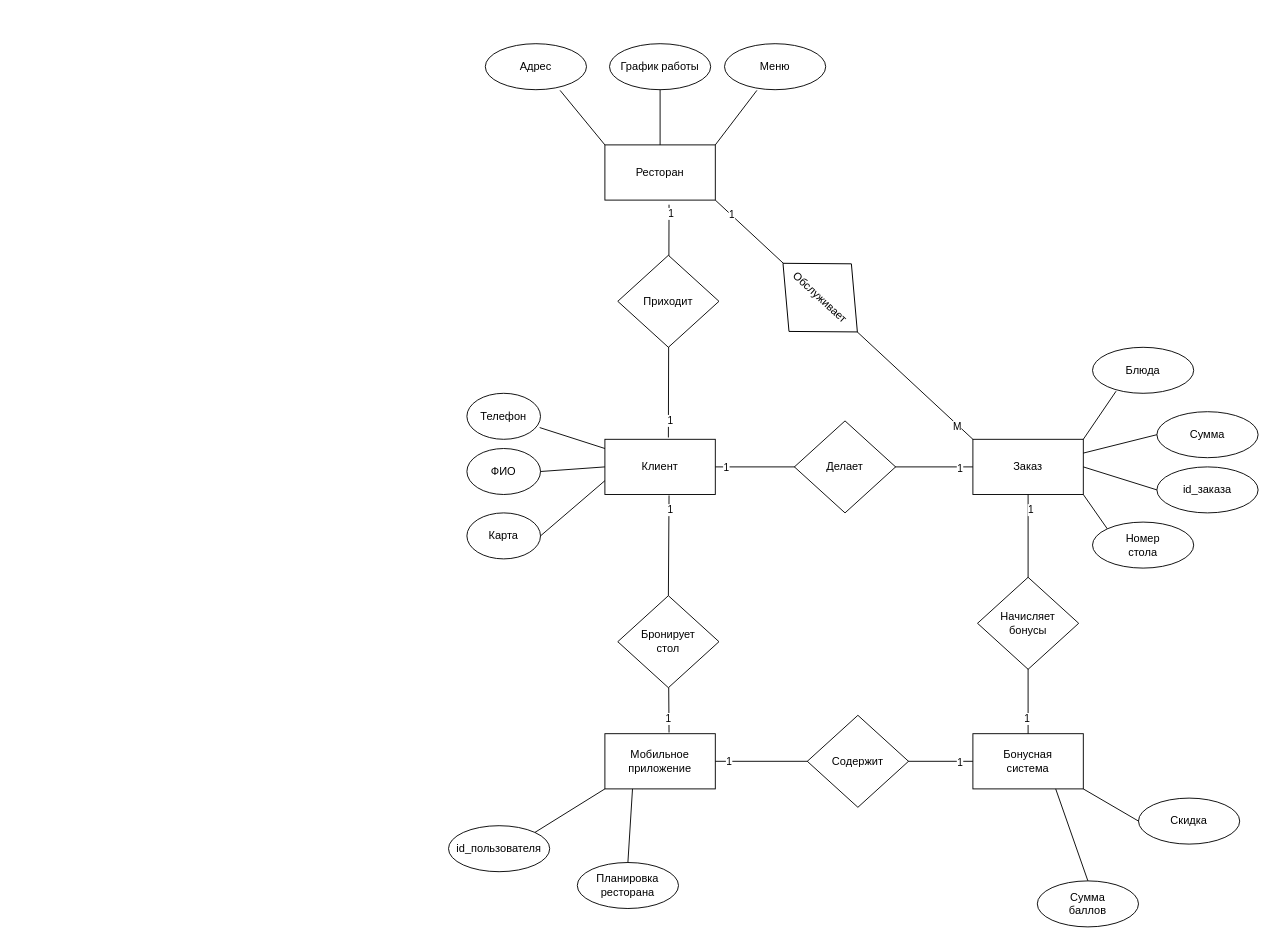
This is Концептуальная диаграмма.drawio from Crecker24/kursach, a draw.io file, before an edit. Source tidied: cells renumbered, new cells numbered last; positions are measured from the earlier drawing's top-left corner, leaving out a move shared by most shapes. Both pictures are drawn from the tidied source at 92%, with x=0, y=0 at pixel (448, 43).
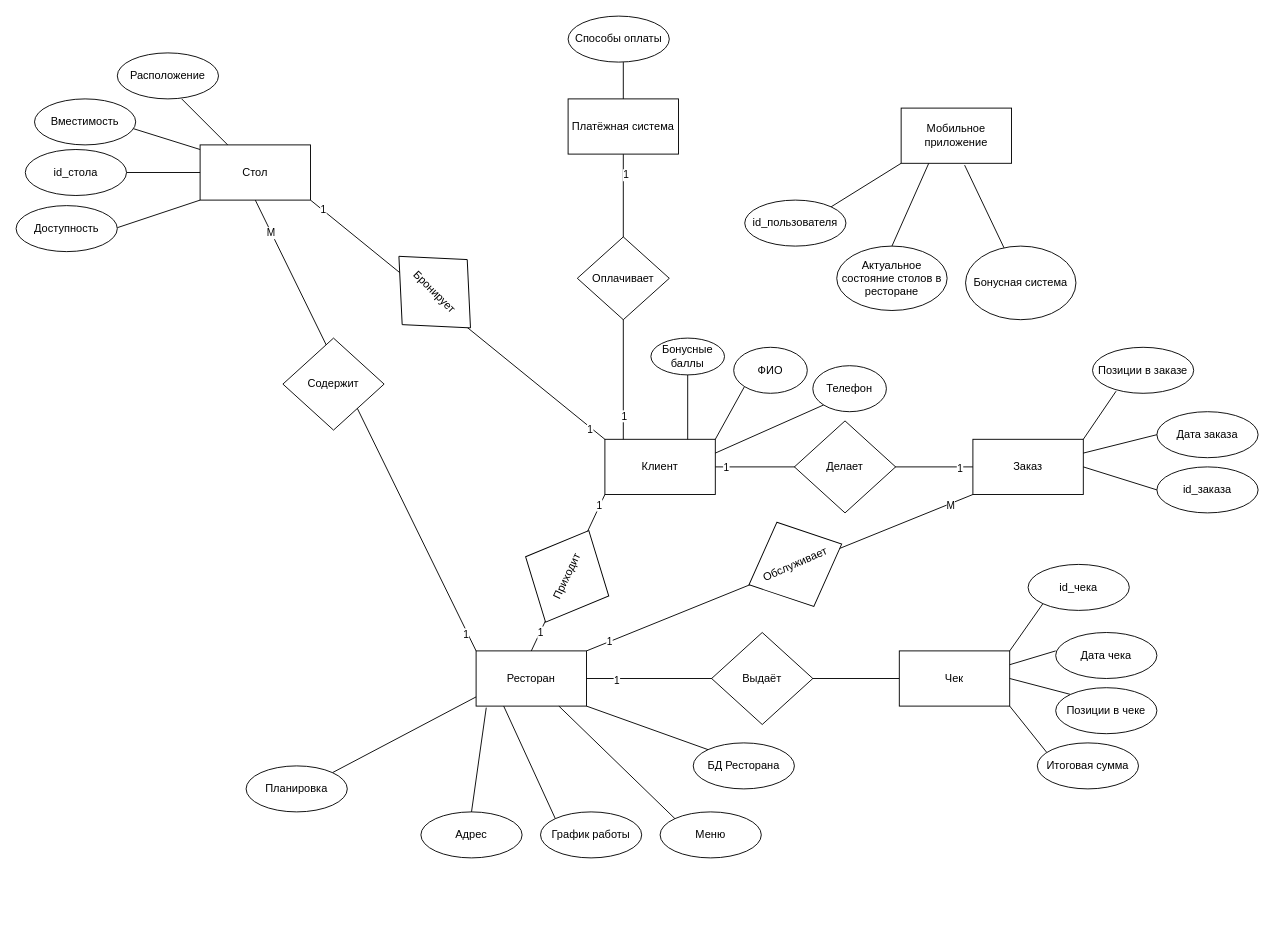
The same diagram, later.

The change refers to these unchanged cells:
```xml
<mxCell id="3" value="Клиент" style="rounded=0;whiteSpace=wrap;html=1;" parent="1" vertex="1">
  <mxGeometry x="170" y="430" width="120" height="60" as="geometry" />
</mxCell>
<mxCell id="5" value="Заказ" style="rounded=0;whiteSpace=wrap;html=1;" parent="1" vertex="1">
  <mxGeometry x="570" y="430" width="120" height="60" as="geometry" />
</mxCell>
```

Diff of the diagram source:
```diff
@@
     <mxCell id="2" value="Мобильное приложение" style="rounded=0;whiteSpace=wrap;html=1;" parent="1" vertex="1">
-      <mxGeometry x="170" y="750" width="120" height="60" as="geometry" />
+      <mxGeometry x="492" y="70" width="120" height="60" as="geometry" />
     </mxCell>
@@
     <mxCell id="4" value="Ресторан" style="rounded=0;whiteSpace=wrap;html=1;" parent="1" vertex="1">
-      <mxGeometry x="170" y="110" width="120" height="60" as="geometry" />
+      <mxGeometry x="30" y="660" width="120" height="60" as="geometry" />
     </mxCell>
@@
-    <mxCell id="6" value="Бонусная&lt;div&gt;система&lt;/div&gt;" style="rounded=0;whiteSpace=wrap;html=1;" parent="1" vertex="1">
-      <mxGeometry x="570" y="750" width="120" height="60" as="geometry" />
-    </mxCell>
-    <mxCell id="7" style="endArrow=none;html=1;rounded=0;entryX=0.581;entryY=-0.022;entryDx=0;entryDy=0;entryPerimeter=0;" parent="1" edge="1" source="11" target="2">
-      <mxGeometry relative="1" as="geometry" />
-    </mxCell>
-    <mxCell id="8" value="1" style="edgeLabel;html=1;align=center;verticalAlign=middle;" parent="7" vertex="1">
-      <mxGeometry x="0.37" y="-1" relative="1" as="geometry" />
-    </mxCell>
-    <mxCell id="9" style="endArrow=none;html=1;rounded=0;exitX=0.581;exitY=1.017;exitDx=0;exitDy=0;entryX=0.5;entryY=0;entryDx=0;entryDy=0;exitPerimeter=0;" parent="1" edge="1" source="3" target="11">
+    <mxCell id="9" style="endArrow=none;html=1;rounded=0;exitX=0;exitY=0;exitDx=0;exitDy=0;entryX=1;entryY=1;entryDx=0;entryDy=0;" parent="1" edge="1" source="3" target="72">
       <mxGeometry relative="1" as="geometry" />
     </mxCell>
-    <mxCell id="10" value="1" style="edgeLabel;html=1;align=center;verticalAlign=middle;" parent="9" vertex="1">
-      <mxGeometry x="-0.73" y="1" relative="1" as="geometry" />
-    </mxCell>
+    <mxCell id="60" value="1" style="edgeLabel;html=1;align=center;verticalAlign=middle;" parent="9" vertex="1">
+      <mxGeometry x="-0.91" y="2" relative="1" as="geometry" />
+    </mxCell>
+    <mxCell id="61" value="1" style="edgeLabel;html=1;align=center;verticalAlign=middle;" parent="9" vertex="1">
+      <mxGeometry x="0.92" y="-1" relative="1" as="geometry" />
+    </mxCell>
-    <mxCell id="11" value="Бронирует&lt;div&gt;стол&lt;/div&gt;" style="rhombus;whiteSpace=wrap;html=1;rotation=0;" parent="1" vertex="1">
-      <mxGeometry x="184" y="600" width="110" height="100" as="geometry" />
+    <mxCell id="11" value="Бронирует" style="rhombus;whiteSpace=wrap;html=1;rotation=45;" parent="1" vertex="1">
+      <mxGeometry x="-70" y="220" width="110" height="100" as="geometry" />
     </mxCell>
-    <mxCell id="12" style="endArrow=none;html=1;rounded=0;entryX=0.575;entryY=-0.033;entryDx=0;entryDy=0;entryPerimeter=0;exitX=0.581;exitY=1.083;exitDx=0;exitDy=0;exitPerimeter=0;" parent="1" edge="1" source="4" target="3">
+    <mxCell id="12" style="endArrow=none;html=1;rounded=0;entryX=0;entryY=1;entryDx=0;entryDy=0;exitX=0.5;exitY=0;exitDx=0;exitDy=0;" parent="1" edge="1" source="4" target="3">
       <mxGeometry relative="1" as="geometry" />
     </mxCell>
@@
     <mxCell id="14" value="1" style="edgeLabel;html=1;align=center;verticalAlign=middle;" parent="12" vertex="1">
-      <mxGeometry x="-0.92" y="2" relative="1" as="geometry" />
+      <mxGeometry x="-0.92" y="2" relative="1" as="geometry">
+        <mxPoint x="8" y="-12" as="offset" />
+      </mxGeometry>
     </mxCell>
-    <mxCell id="15" value="Приходит" style="rhombus;whiteSpace=wrap;html=1;rotation=0;" parent="1" vertex="1">
-      <mxGeometry x="184" y="230" width="110" height="100" as="geometry" />
+    <mxCell id="15" value="Приходит" style="rhombus;whiteSpace=wrap;html=1;rotation=-64.7;" parent="1" vertex="1">
+      <mxGeometry x="74" y="529" width="110" height="100" as="geometry" />
     </mxCell>
@@
-    <mxCell id="20" style="endArrow=none;html=1;rounded=0;entryX=0;entryY=0;entryDx=0;entryDy=0;exitX=1;exitY=1;exitDx=0;exitDy=0;" parent="1" edge="1" source="4" target="5">
+    <mxCell id="20" style="endArrow=none;html=1;rounded=0;entryX=0;entryY=1;entryDx=0;entryDy=0;exitX=1;exitY=0;exitDx=0;exitDy=0;" parent="1" edge="1" source="4" target="5">
       <mxGeometry relative="1" as="geometry" />
     </mxCell>
@@
-    <mxCell id="23" style="endArrow=none;html=1;rounded=0;entryX=0;entryY=0.5;entryDx=0;entryDy=0;" parent="1" edge="1" target="6">
-      <mxGeometry relative="1" as="geometry">
-        <mxPoint x="290" y="780" as="sourcePoint" />
-      </mxGeometry>
-    </mxCell>
-    <mxCell id="24" value="1" style="edgeLabel;html=1;align=center;verticalAlign=middle;" parent="23" vertex="1">
-      <mxGeometry x="-0.9" relative="1" as="geometry" />
-    </mxCell>
-    <mxCell id="25" value="1" style="edgeLabel;html=1;align=center;verticalAlign=middle;" parent="23" vertex="1">
-      <mxGeometry x="0.89" y="-1" relative="1" as="geometry" />
-    </mxCell>
-    <mxCell id="26" value="Содержит" style="rhombus;whiteSpace=wrap;html=1;rotation=0;" parent="1" vertex="1">
-      <mxGeometry x="390" y="730" width="110" height="100" as="geometry" />
-    </mxCell>
-    <mxCell id="27" style="endArrow=none;html=1;rounded=0;exitX=0.5;exitY=0;exitDx=0;exitDy=0;" parent="1" edge="1" source="6">
-      <mxGeometry relative="1" as="geometry">
-        <mxPoint x="630" y="490" as="targetPoint" />
-      </mxGeometry>
-    </mxCell>
-    <mxCell id="28" value="1" style="edgeLabel;html=1;align=center;verticalAlign=middle;" parent="27" vertex="1">
-      <mxGeometry x="0.88" y="-2" relative="1" as="geometry" />
-    </mxCell>
-    <mxCell id="29" value="1" style="edgeLabel;html=1;align=center;verticalAlign=middle;" parent="27" vertex="1">
-      <mxGeometry x="-0.87" y="2" relative="1" as="geometry" />
-    </mxCell>
-    <mxCell id="30" value="Начисляет&lt;div&gt;бонусы&lt;/div&gt;" style="rhombus;whiteSpace=wrap;html=1;rotation=0;" parent="1" vertex="1">
-      <mxGeometry x="575" y="580" width="110" height="100" as="geometry" />
-    </mxCell>
-    <mxCell id="31" value="Обслуживает" style="rhombus;whiteSpace=wrap;html=1;rotation=42.7;" parent="1" vertex="1">
-      <mxGeometry x="349" y="226" width="110" height="100" as="geometry" />
+    <mxCell id="31" value="Обслуживает" style="rhombus;whiteSpace=wrap;html=1;rotation=-23.7;" parent="1" vertex="1">
+      <mxGeometry x="322" y="516" width="110" height="100" as="geometry" />
     </mxCell>
     <mxCell id="32" value="ФИО" style="ellipse;whiteSpace=wrap;html=1;" parent="1" vertex="1">
-      <mxGeometry x="20" y="440" width="80" height="50" as="geometry" />
+      <mxGeometry x="310" y="330" width="80" height="50" as="geometry" />
     </mxCell>
     <mxCell id="33" value="Телефон" style="ellipse;whiteSpace=wrap;html=1;" parent="1" vertex="1">
-      <mxGeometry x="20" y="380" width="80" height="50" as="geometry" />
+      <mxGeometry x="396" y="350" width="80" height="50" as="geometry" />
     </mxCell>
-    <mxCell id="34" value="Карта" style="ellipse;whiteSpace=wrap;html=1;" parent="1" vertex="1">
-      <mxGeometry x="20" y="510" width="80" height="50" as="geometry" />
+    <mxCell id="34" value="Бонусные баллы" style="ellipse;whiteSpace=wrap;html=1;" parent="1" vertex="1">
+      <mxGeometry x="220" y="320" width="80" height="40" as="geometry" />
     </mxCell>
-    <mxCell id="35" style="endArrow=none;html=1;rounded=0;exitX=0.989;exitY=0.745;exitDx=0;exitDy=0;exitPerimeter=0;" parent="1" edge="1" source="33">
-      <mxGeometry relative="1" as="geometry">
-        <mxPoint x="170" y="440" as="targetPoint" />
-      </mxGeometry>
+    <mxCell id="35" style="endArrow=none;html=1;rounded=0;exitX=0;exitY=1;exitDx=0;exitDy=0;entryX=1;entryY=0.25;entryDx=0;entryDy=0;" parent="1" edge="1" source="33" target="3">
+      <mxGeometry relative="1" as="geometry" />
     </mxCell>
-    <mxCell id="36" style="endArrow=none;html=1;rounded=0;exitX=1;exitY=0.5;exitDx=0;exitDy=0;entryX=0;entryY=0.5;entryDx=0;entryDy=0;" parent="1" edge="1" source="32" target="3">
+    <mxCell id="36" style="endArrow=none;html=1;rounded=0;exitX=0;exitY=1;exitDx=0;exitDy=0;entryX=1;entryY=0;entryDx=0;entryDy=0;" parent="1" edge="1" source="32" target="3">
       <mxGeometry relative="1" as="geometry" />
     </mxCell>
-    <mxCell id="37" style="endArrow=none;html=1;rounded=0;exitX=1;exitY=0.5;exitDx=0;exitDy=0;entryX=0;entryY=0.75;entryDx=0;entryDy=0;" parent="1" edge="1" source="34" target="3">
+    <mxCell id="37" style="endArrow=none;html=1;rounded=0;exitX=0.5;exitY=1;exitDx=0;exitDy=0;entryX=0.75;entryY=0;entryDx=0;entryDy=0;" parent="1" edge="1" source="34" target="3">
       <mxGeometry relative="1" as="geometry" />
     </mxCell>
     <mxCell id="38" value="id_пользователя" style="ellipse;whiteSpace=wrap;html=1;" parent="1" vertex="1">
-      <mxGeometry y="850" width="110" height="50" as="geometry" />
+      <mxGeometry x="322" y="170" width="110" height="50" as="geometry" />
     </mxCell>
-    <mxCell id="39" value="Планировка&lt;div&gt;ресторана&lt;/div&gt;" style="ellipse;whiteSpace=wrap;html=1;" parent="1" vertex="1">
-      <mxGeometry x="140" y="890" width="110" height="50" as="geometry" />
-    </mxCell>
@@
-    <mxCell id="41" style="endArrow=none;html=1;rounded=0;exitX=0.5;exitY=0;exitDx=0;exitDy=0;entryX=0.25;entryY=1;entryDx=0;entryDy=0;" parent="1" edge="1" source="39" target="2">
-      <mxGeometry relative="1" as="geometry" />
-    </mxCell>
-    <mxCell id="42" value="Сумма&lt;div&gt;баллов&lt;/div&gt;" style="ellipse;whiteSpace=wrap;html=1;" parent="1" vertex="1">
-      <mxGeometry x="640" y="910" width="110" height="50" as="geometry" />
-    </mxCell>
-    <mxCell id="43" value="Скидка" style="ellipse;whiteSpace=wrap;html=1;" parent="1" vertex="1">
-      <mxGeometry x="750" y="820" width="110" height="50" as="geometry" />
-    </mxCell>
-    <mxCell id="44" style="endArrow=none;html=1;rounded=0;exitX=0.5;exitY=0;exitDx=0;exitDy=0;entryX=0.75;entryY=1;entryDx=0;entryDy=0;" parent="1" edge="1" source="42" target="6">
-      <mxGeometry relative="1" as="geometry" />
-    </mxCell>
-    <mxCell id="45" style="endArrow=none;html=1;rounded=0;exitX=0;exitY=0.5;exitDx=0;exitDy=0;entryX=1;entryY=1;entryDx=0;entryDy=0;" parent="1" edge="1" source="43" target="6">
-      <mxGeometry relative="1" as="geometry" />
-    </mxCell>
-    <mxCell id="46" value="Блюда" style="ellipse;whiteSpace=wrap;html=1;" parent="1" vertex="1">
+    <mxCell id="46" value="Позиции в заказе" style="ellipse;whiteSpace=wrap;html=1;" parent="1" vertex="1">
       <mxGeometry x="700" y="330" width="110" height="50" as="geometry" />
     </mxCell>
-    <mxCell id="47" value="Сумма" style="ellipse;whiteSpace=wrap;html=1;" parent="1" vertex="1">
+    <mxCell id="47" value="Дата заказа" style="ellipse;whiteSpace=wrap;html=1;" parent="1" vertex="1">
       <mxGeometry x="770" y="400" width="110" height="50" as="geometry" />
     </mxCell>
@@
-    <mxCell id="49" value="Номер&lt;div&gt;стола&lt;/div&gt;" style="ellipse;whiteSpace=wrap;html=1;" parent="1" vertex="1">
-      <mxGeometry x="700" y="520" width="110" height="50" as="geometry" />
-    </mxCell>
@@
-    <mxCell id="53" style="endArrow=none;html=1;rounded=0;entryX=0;entryY=0;entryDx=0;entryDy=0;exitX=1;exitY=1;exitDx=0;exitDy=0;" parent="1" edge="1" source="5" target="49">
-      <mxGeometry relative="1" as="geometry" />
-    </mxCell>
     <mxCell id="54" value="Адрес" style="ellipse;whiteSpace=wrap;html=1;" parent="1" vertex="1">
-      <mxGeometry x="40" width="110" height="50" as="geometry" />
+      <mxGeometry x="-30" y="835" width="110" height="50" as="geometry" />
     </mxCell>
     <mxCell id="55" value="График работы" style="ellipse;whiteSpace=wrap;html=1;" parent="1" vertex="1">
-      <mxGeometry x="175" width="110" height="50" as="geometry" />
+      <mxGeometry x="100" y="835" width="110" height="50" as="geometry" />
     </mxCell>
     <mxCell id="56" value="Меню" style="ellipse;whiteSpace=wrap;html=1;" parent="1" vertex="1">
-      <mxGeometry x="300" width="110" height="50" as="geometry" />
+      <mxGeometry x="230" y="835" width="110" height="50" as="geometry" />
     </mxCell>
-    <mxCell id="57" style="endArrow=none;html=1;rounded=0;entryX=0.32;entryY=1.015;entryDx=0;entryDy=0;entryPerimeter=0;" parent="1" edge="1" target="56">
-      <mxGeometry relative="1" as="geometry">
-        <mxPoint x="290" y="110" as="sourcePoint" />
-      </mxGeometry>
+    <mxCell id="57" style="endArrow=none;html=1;rounded=0;entryX=0;entryY=0;entryDx=0;entryDy=0;exitX=0.75;exitY=1;exitDx=0;exitDy=0;" parent="1" edge="1" source="4" target="56">
+      <mxGeometry relative="1" as="geometry" />
     </mxCell>
-    <mxCell id="58" style="endArrow=none;html=1;rounded=0;entryX=0.5;entryY=1;entryDx=0;entryDy=0;exitX=0.5;exitY=0;exitDx=0;exitDy=0;" parent="1" edge="1" source="4" target="55">
+    <mxCell id="58" style="endArrow=none;html=1;rounded=0;entryX=0;entryY=0;entryDx=0;entryDy=0;exitX=0.25;exitY=1;exitDx=0;exitDy=0;" parent="1" edge="1" source="4" target="55">
       <mxGeometry relative="1" as="geometry" />
     </mxCell>
-    <mxCell id="59" style="endArrow=none;html=1;rounded=0;entryX=0;entryY=0;entryDx=0;entryDy=0;exitX=0.739;exitY=1.015;exitDx=0;exitDy=0;exitPerimeter=0;" parent="1" edge="1" source="54" target="4">
+    <mxCell id="59" style="endArrow=none;html=1;rounded=0;exitX=0.5;exitY=0;exitDx=0;exitDy=0;entryX=0.092;entryY=1.028;entryDx=0;entryDy=0;entryPerimeter=0;" parent="1" edge="1" source="54" target="4">
       <mxGeometry relative="1" as="geometry" />
     </mxCell>
+    <mxCell id="62" value="Планировка" style="ellipse;whiteSpace=wrap;html=1;" parent="1" vertex="1">
+      <mxGeometry x="-220" y="785" width="110" height="50" as="geometry" />
+    </mxCell>
+    <mxCell id="63" style="endArrow=none;html=1;rounded=0;entryX=1;entryY=0;entryDx=0;entryDy=0;exitX=0;exitY=0.25;exitDx=0;exitDy=0;" parent="1" edge="1" target="62">
+      <mxGeometry relative="1" as="geometry">
+        <mxPoint x="30" y="710" as="sourcePoint" />
+      </mxGeometry>
+    </mxCell>
+    <mxCell id="64" value="Актуальное состояние столов в ресторане" style="ellipse;whiteSpace=wrap;html=1;" parent="1" vertex="1">
+      <mxGeometry x="422" y="220" width="120" height="70" as="geometry" />
+    </mxCell>
+    <mxCell id="65" style="endArrow=none;html=1;rounded=0;entryX=0.5;entryY=0;entryDx=0;entryDy=0;exitX=0.25;exitY=1;exitDx=0;exitDy=0;" parent="1" edge="1" source="2" target="64">
+      <mxGeometry relative="1" as="geometry" />
+    </mxCell>
+    <mxCell id="66" style="endArrow=none;html=1;rounded=0;exitX=0.575;exitY=1.033;exitDx=0;exitDy=0;exitPerimeter=0;" parent="1" edge="1" source="2" target="6">
+      <mxGeometry relative="1" as="geometry" />
+    </mxCell>
+    <mxCell id="6" value="Бонусная система" style="ellipse;whiteSpace=wrap;html=1;" parent="1" vertex="1">
+      <mxGeometry x="562" y="220" width="120" height="80" as="geometry" />
+    </mxCell>
+    <mxCell id="67" value="БД Ресторана" style="ellipse;whiteSpace=wrap;html=1;" parent="1" vertex="1">
+      <mxGeometry x="266" y="760" width="110" height="50" as="geometry" />
+    </mxCell>
+    <mxCell id="68" style="endArrow=none;html=1;rounded=0;entryX=0;entryY=0;entryDx=0;entryDy=0;exitX=1;exitY=1;exitDx=0;exitDy=0;" parent="1" edge="1" source="4" target="67">
+      <mxGeometry relative="1" as="geometry" />
+    </mxCell>
+    <mxCell id="69" style="endArrow=none;html=1;rounded=0;entryX=0.5;entryY=1;entryDx=0;entryDy=0;exitX=0;exitY=0;exitDx=0;exitDy=0;" parent="1" edge="1" source="4" target="72">
+      <mxGeometry relative="1" as="geometry" />
+    </mxCell>
+    <mxCell id="70" value="М" style="edgeLabel;html=1;align=center;verticalAlign=middle;" parent="69" vertex="1">
+      <mxGeometry x="0.86" y="1" relative="1" as="geometry" />
+    </mxCell>
+    <mxCell id="71" value="1" style="edgeLabel;html=1;align=center;verticalAlign=middle;" parent="69" vertex="1">
+      <mxGeometry x="-0.92" y="2" relative="1" as="geometry" />
+    </mxCell>
+    <mxCell id="26" value="Содержит" style="rhombus;whiteSpace=wrap;html=1;rotation=0;" parent="1" vertex="1">
+      <mxGeometry x="-180" y="320" width="110" height="100" as="geometry" />
+    </mxCell>
+    <mxCell id="72" value="Стол" style="rounded=0;whiteSpace=wrap;html=1;" parent="1" vertex="1">
+      <mxGeometry x="-270" y="110" width="120" height="60" as="geometry" />
+    </mxCell>
+    <mxCell id="73" style="endArrow=none;html=1;rounded=0;" parent="1" edge="1">
+      <mxGeometry relative="1" as="geometry">
+        <mxPoint x="-350" y="140" as="sourcePoint" />
+        <mxPoint x="-270" y="140" as="targetPoint" />
+      </mxGeometry>
+    </mxCell>
+    <mxCell id="74" value="id_стола" style="ellipse;whiteSpace=wrap;html=1;" parent="1" vertex="1">
+      <mxGeometry x="-460" y="115" width="110" height="50" as="geometry" />
+    </mxCell>
+    <mxCell id="75" style="endArrow=none;html=1;rounded=0;" parent="1" edge="1">
+      <mxGeometry relative="1" as="geometry">
+        <mxPoint x="-350" y="90" as="sourcePoint" />
+        <mxPoint x="-270" y="115" as="targetPoint" />
+      </mxGeometry>
+    </mxCell>
+    <mxCell id="76" value="Вместимость" style="ellipse;whiteSpace=wrap;html=1;" parent="1" vertex="1">
+      <mxGeometry x="-450" y="60" width="110" height="50" as="geometry" />
+    </mxCell>
+    <mxCell id="77" style="endArrow=none;html=1;rounded=0;" parent="1" edge="1">
+      <mxGeometry relative="1" as="geometry">
+        <mxPoint x="-290" y="60" as="sourcePoint" />
+        <mxPoint x="-240" y="110" as="targetPoint" />
+      </mxGeometry>
+    </mxCell>
+    <mxCell id="78" value="Расположение" style="ellipse;whiteSpace=wrap;html=1;" parent="1" vertex="1">
+      <mxGeometry x="-360" y="10" width="110" height="50" as="geometry" />
+    </mxCell>
+    <mxCell id="79" style="endArrow=none;html=1;rounded=0;" parent="1" edge="1">
+      <mxGeometry relative="1" as="geometry">
+        <mxPoint x="-360" y="200" as="sourcePoint" />
+        <mxPoint x="-270" y="170" as="targetPoint" />
+      </mxGeometry>
+    </mxCell>
+    <mxCell id="80" value="Доступность" style="ellipse;whiteSpace=wrap;html=1;" parent="1" vertex="1">
+      <mxGeometry x="-470" y="176" width="110" height="50" as="geometry" />
+    </mxCell>
+    <mxCell id="81" style="endArrow=none;html=1;rounded=0;" parent="1" edge="1">
+      <mxGeometry relative="1" as="geometry">
+        <mxPoint x="190" y="430" as="sourcePoint" />
+        <mxPoint x="190" y="120" as="targetPoint" />
+      </mxGeometry>
+    </mxCell>
+    <mxCell id="82" value="1" style="edgeLabel;html=1;align=center;verticalAlign=middle;" parent="81" vertex="1">
+      <mxGeometry x="-0.83" relative="1" as="geometry" />
+    </mxCell>
+    <mxCell id="83" value="1" style="edgeLabel;html=1;align=center;verticalAlign=middle;" parent="81" vertex="1">
+      <mxGeometry x="0.86" y="-2" relative="1" as="geometry" />
+    </mxCell>
+    <mxCell id="84" value="Оплачивает" style="rhombus;whiteSpace=wrap;html=1;" parent="1" vertex="1">
+      <mxGeometry x="140" y="210" width="100" height="90" as="geometry" />
+    </mxCell>
+    <mxCell id="85" value="Платёжная система" style="rounded=0;whiteSpace=wrap;html=1;" parent="1" vertex="1">
+      <mxGeometry x="130" y="60" width="120" height="60" as="geometry" />
+    </mxCell>
+    <mxCell id="86" style="endArrow=none;html=1;rounded=0;" parent="1" edge="1">
+      <mxGeometry relative="1" as="geometry">
+        <mxPoint x="190" y="60" as="sourcePoint" />
+        <mxPoint x="190" y="20" as="targetPoint" />
+      </mxGeometry>
+    </mxCell>
+    <mxCell id="87" value="Способы оплаты" style="ellipse;whiteSpace=wrap;html=1;" parent="1" vertex="1">
+      <mxGeometry x="130" y="-30" width="110" height="50" as="geometry" />
+    </mxCell>
+    <mxCell id="88" style="endArrow=none;html=1;rounded=0;exitX=1;exitY=0.5;exitDx=0;exitDy=0;" parent="1" edge="1" source="4">
+      <mxGeometry relative="1" as="geometry">
+        <mxPoint x="490" y="690" as="targetPoint" />
+      </mxGeometry>
+    </mxCell>
+    <mxCell id="89" value="1" style="edgeLabel;html=1;align=center;verticalAlign=middle;" parent="88" vertex="1">
+      <mxGeometry x="-0.81" y="-1" relative="1" as="geometry" />
+    </mxCell>
+    <mxCell id="90" value="Выдаёт" style="rhombus;whiteSpace=wrap;html=1;rotation=0;" parent="1" vertex="1">
+      <mxGeometry x="286" y="640" width="110" height="100" as="geometry" />
+    </mxCell>
+    <mxCell id="91" value="Чек" style="rounded=0;whiteSpace=wrap;html=1;" parent="1" vertex="1">
+      <mxGeometry x="490" y="660" width="120" height="60" as="geometry" />
+    </mxCell>
+    <mxCell id="92" style="endArrow=none;html=1;rounded=0;entryX=0;entryY=1;entryDx=0;entryDy=0;" parent="1" edge="1" target="96">
+      <mxGeometry relative="1" as="geometry">
+        <mxPoint x="610" y="660" as="sourcePoint" />
+      </mxGeometry>
+    </mxCell>
+    <mxCell id="93" style="endArrow=none;html=1;rounded=0;exitX=1;exitY=0.25;exitDx=0;exitDy=0;" parent="1" edge="1" source="91">
+      <mxGeometry relative="1" as="geometry">
+        <mxPoint x="660" y="660" as="targetPoint" />
+      </mxGeometry>
+    </mxCell>
+    <mxCell id="94" style="endArrow=none;html=1;rounded=0;exitX=1;exitY=0.5;exitDx=0;exitDy=0;entryX=0;entryY=0;entryDx=0;entryDy=0;" parent="1" edge="1" source="91" target="98">
+      <mxGeometry relative="1" as="geometry" />
+    </mxCell>
+    <mxCell id="95" style="endArrow=none;html=1;rounded=0;exitX=1;exitY=1;exitDx=0;exitDy=0;" parent="1" edge="1" source="91">
+      <mxGeometry relative="1" as="geometry">
+        <mxPoint x="650" y="770" as="targetPoint" />
+      </mxGeometry>
+    </mxCell>
+    <mxCell id="96" value="id_чека" style="ellipse;whiteSpace=wrap;html=1;" parent="1" vertex="1">
+      <mxGeometry x="630" y="566" width="110" height="50" as="geometry" />
+    </mxCell>
+    <mxCell id="97" value="Дата чека" style="ellipse;whiteSpace=wrap;html=1;" parent="1" vertex="1">
+      <mxGeometry x="660" y="640" width="110" height="50" as="geometry" />
+    </mxCell>
+    <mxCell id="98" value="Позиции в чеке" style="ellipse;whiteSpace=wrap;html=1;" parent="1" vertex="1">
+      <mxGeometry x="660" y="700" width="110" height="50" as="geometry" />
+    </mxCell>
+    <mxCell id="99" value="Итоговая сумма" style="ellipse;whiteSpace=wrap;html=1;" parent="1" vertex="1">
+      <mxGeometry x="640" y="760" width="110" height="50" as="geometry" />
+    </mxCell>
```
